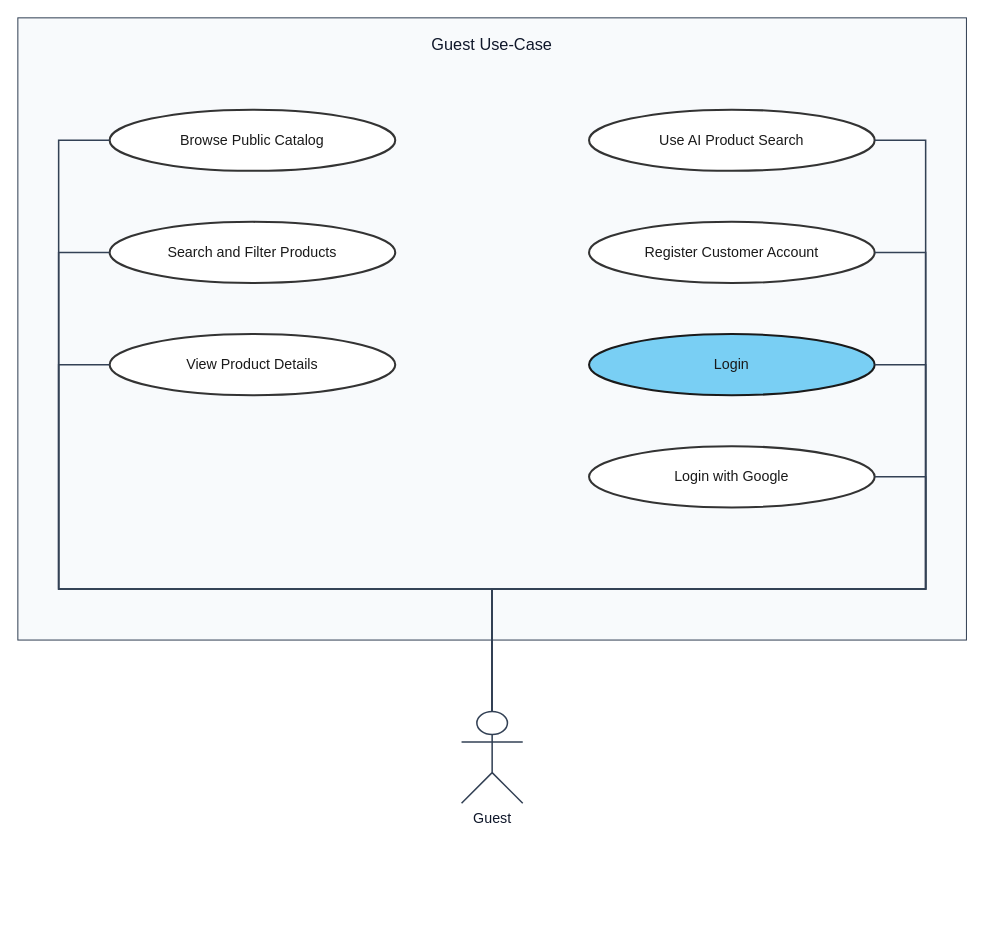
This is usecase-diagram/guest-usecases.drawio from e-commercial-marketplace/commerce-platform-docs, a draw.io file, before an edit. Source tidied: cells renumbered, new cells numbered last; positions are measured from the earlier drawing's top-left corner, leaving out a move shared by most shapes. Both pictures are drawn from the tidied source at 102%, with x=0, y=0 at pixel (17, 17).
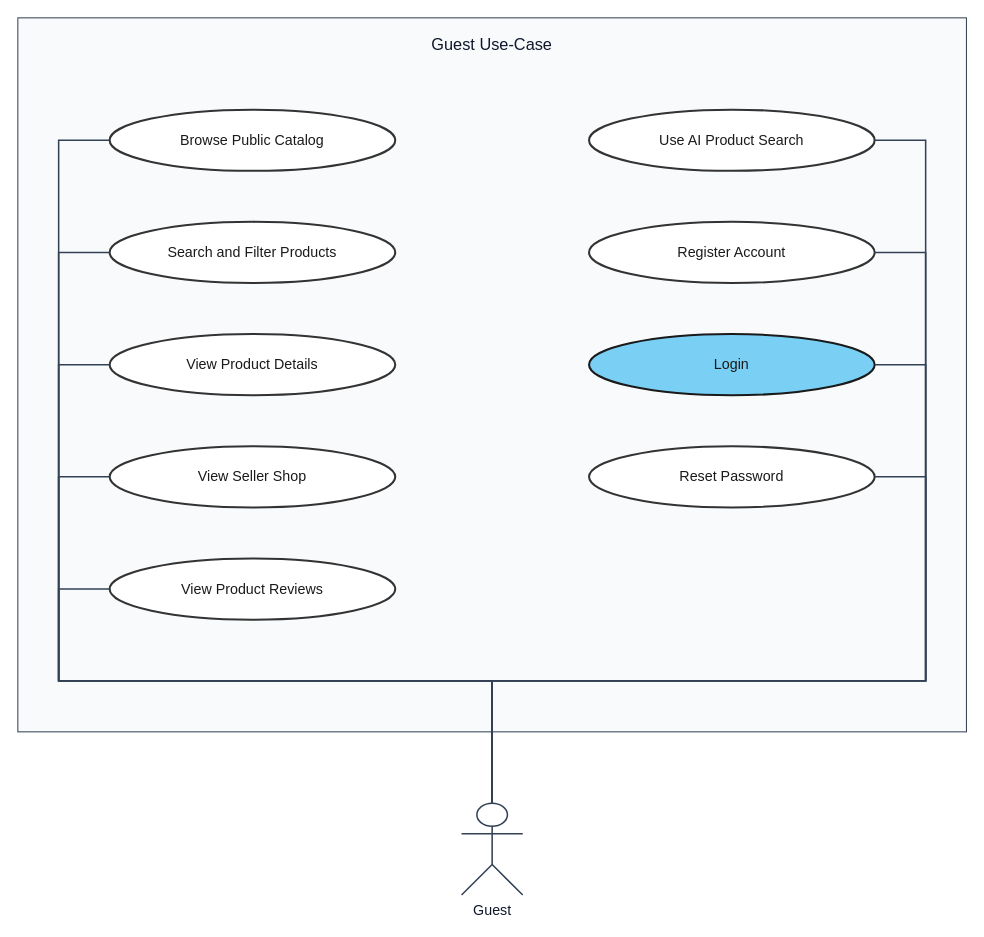
The same diagram, later.

Unchanged cells that the change refers to:
```xml
<mxCell id="3" value="Browse Public Catalog" style="ellipse;whiteSpace=wrap;html=1;align=center;verticalAlign=middle;fillColor=#ffffff;strokeColor=#333333;strokeWidth=2;fontColor=#1A1A1A;fontSize=14;fontStyle=0;" parent="1" vertex="1">
  <mxGeometry x="90" y="90" width="280" height="60" as="geometry" />
</mxCell>
<mxCell id="4" value="Search and Filter Products" style="ellipse;whiteSpace=wrap;html=1;align=center;verticalAlign=middle;fillColor=#ffffff;strokeColor=#333333;strokeWidth=2;fontColor=#1A1A1A;fontSize=14;fontStyle=0;" parent="1" vertex="1">
  <mxGeometry x="90" y="200" width="280" height="60" as="geometry" />
</mxCell>
<mxCell id="5" value="View Product Details" style="ellipse;whiteSpace=wrap;html=1;align=center;verticalAlign=middle;fillColor=#ffffff;strokeColor=#333333;strokeWidth=2;fontColor=#1A1A1A;fontSize=14;fontStyle=0;" parent="1" vertex="1">
  <mxGeometry x="90" y="310" width="280" height="60" as="geometry" />
</mxCell>
<mxCell id="6" value="Use AI Product Search" style="ellipse;whiteSpace=wrap;html=1;align=center;verticalAlign=middle;fillColor=#ffffff;strokeColor=#333333;strokeWidth=2;fontColor=#1A1A1A;fontSize=14;fontStyle=0;" parent="1" vertex="1">
  <mxGeometry x="560" y="90" width="280" height="60" as="geometry" />
</mxCell>
<mxCell id="8" value="Login" style="ellipse;whiteSpace=wrap;html=1;align=center;verticalAlign=middle;fillColor=#79CFF4;strokeColor=#1A1A1A;strokeWidth=2;fontColor=#1A1A1A;fontSize=14;fontStyle=0;" parent="1" vertex="1">
  <mxGeometry x="560" y="310" width="280" height="60" as="geometry" />
</mxCell>
```

The edit, as a diff of the source:
```diff
@@
     <mxCell id="2" value="Guest Use-Case" style="rounded=0;whiteSpace=wrap;html=1;verticalAlign=top;align=center;spacingTop=10;fontSize=16;fontStyle=0;fontColor=#0f172a;fillColor=#f8fafc;strokeColor=#334155;strokeWidth=1;" parent="1" vertex="1">
-      <mxGeometry width="930" height="610" as="geometry" />
+      <mxGeometry width="930" height="700" as="geometry" />
     </mxCell>
@@
-    <mxCell id="7" value="Register Customer Account" style="ellipse;whiteSpace=wrap;html=1;align=center;verticalAlign=middle;fillColor=#ffffff;strokeColor=#333333;strokeWidth=2;fontColor=#1A1A1A;fontSize=14;fontStyle=0;" parent="1" vertex="1">
+    <mxCell id="7" value="Register Account" style="ellipse;whiteSpace=wrap;html=1;align=center;verticalAlign=middle;fillColor=#ffffff;strokeColor=#333333;strokeWidth=2;fontColor=#1A1A1A;fontSize=14;fontStyle=0;" parent="1" vertex="1">
       <mxGeometry x="560" y="200" width="280" height="60" as="geometry" />
     </mxCell>
@@
-    <mxCell id="9" value="Login with Google" style="ellipse;whiteSpace=wrap;html=1;align=center;verticalAlign=middle;fillColor=#ffffff;strokeColor=#333333;strokeWidth=2;fontColor=#1A1A1A;fontSize=14;fontStyle=0;" parent="1" vertex="1">
-      <mxGeometry x="560" y="420" width="280" height="60" as="geometry" />
-    </mxCell>
+    <mxCell id="18" value="Reset Password" style="ellipse;whiteSpace=wrap;html=1;align=center;verticalAlign=middle;fillColor=#ffffff;strokeColor=#333333;strokeWidth=2;fontColor=#1A1A1A;fontSize=14;fontStyle=0;" parent="1" vertex="1">
+      <mxGeometry x="560" y="420" width="280" height="60" as="geometry" />
+    </mxCell>
+    <mxCell id="19" value="View Seller Shop" style="ellipse;whiteSpace=wrap;html=1;align=center;verticalAlign=middle;fillColor=#ffffff;strokeColor=#333333;strokeWidth=2;fontColor=#1A1A1A;fontSize=14;fontStyle=0;" parent="1" vertex="1">
+      <mxGeometry x="90" y="420" width="280" height="60" as="geometry" />
+    </mxCell>
+    <mxCell id="20" value="View Product Reviews" style="ellipse;whiteSpace=wrap;html=1;align=center;verticalAlign=middle;fillColor=#ffffff;strokeColor=#333333;strokeWidth=2;fontColor=#1A1A1A;fontSize=14;fontStyle=0;" parent="1" vertex="1">
+      <mxGeometry x="90" y="530" width="280" height="60" as="geometry" />
+    </mxCell>
     <mxCell id="10" value="Guest" style="shape=umlActor;verticalLabelPosition=bottom;verticalAlign=top;html=1;outlineConnect=0;fillColor=#ffffff;strokeColor=#334155;strokeWidth=1.5;fontColor=#0f172a;fontSize=14;fontStyle=0;" parent="1" vertex="1">
-      <mxGeometry x="435" y="680" width="60" height="90" as="geometry" />
+      <mxGeometry x="435" y="770" width="60" height="90" as="geometry" />
     </mxCell>
     <mxCell id="11" style="endArrow=none;html=1;rounded=0;strokeColor=#334155;strokeWidth=1.5;exitX=0.5;exitY=0;exitDx=0;exitDy=0;exitPerimeter=0;entryX=0;entryY=0.5;entryDx=0;entryDy=0;entryPerimeter=0;" parent="1" edge="1" source="10" target="3">
       <mxGeometry relative="1" as="geometry">
         <Array as="points">
-          <mxPoint x="465" y="560" />
-          <mxPoint x="40" y="560" />
+          <mxPoint x="465" y="650" />
+          <mxPoint x="40" y="650" />
           <mxPoint x="40" y="120" />
         </Array>
         <mxPoint y="-11" as="offset" />
       </mxGeometry>
     </mxCell>
     <mxCell id="12" style="endArrow=none;html=1;rounded=0;strokeColor=#334155;strokeWidth=1.5;exitX=0.5;exitY=0;exitDx=0;exitDy=0;exitPerimeter=0;entryX=0;entryY=0.5;entryDx=0;entryDy=0;entryPerimeter=0;" parent="1" edge="1" source="10" target="4">
       <mxGeometry relative="1" as="geometry">
         <Array as="points">
-          <mxPoint x="465" y="560" />
-          <mxPoint x="40" y="560" />
+          <mxPoint x="465" y="650" />
+          <mxPoint x="40" y="650" />
           <mxPoint x="40" y="230" />
         </Array>
         <mxPoint y="-11" as="offset" />
       </mxGeometry>
     </mxCell>
     <mxCell id="13" style="endArrow=none;html=1;rounded=0;strokeColor=#334155;strokeWidth=1.5;exitX=0.5;exitY=0;exitDx=0;exitDy=0;exitPerimeter=0;entryX=0;entryY=0.5;entryDx=0;entryDy=0;entryPerimeter=0;" parent="1" edge="1" source="10" target="5">
       <mxGeometry relative="1" as="geometry">
         <Array as="points">
-          <mxPoint x="465" y="560" />
-          <mxPoint x="40" y="560" />
+          <mxPoint x="465" y="650" />
+          <mxPoint x="40" y="650" />
           <mxPoint x="40" y="340" />
         </Array>
         <mxPoint y="-11" as="offset" />
       </mxGeometry>
     </mxCell>
     <mxCell id="14" style="endArrow=none;html=1;rounded=0;strokeColor=#334155;strokeWidth=1.5;exitX=0.5;exitY=0;exitDx=0;exitDy=0;exitPerimeter=0;entryX=1;entryY=0.5;entryDx=0;entryDy=0;entryPerimeter=0;" parent="1" edge="1" source="10" target="6">
       <mxGeometry relative="1" as="geometry">
         <Array as="points">
-          <mxPoint x="465" y="560" />
-          <mxPoint x="890" y="560" />
+          <mxPoint x="465" y="650" />
+          <mxPoint x="890" y="650" />
           <mxPoint x="890" y="120" />
         </Array>
         <mxPoint y="-11" as="offset" />
       </mxGeometry>
     </mxCell>
     <mxCell id="15" style="endArrow=none;html=1;rounded=0;strokeColor=#334155;strokeWidth=1.5;exitX=0.5;exitY=0;exitDx=0;exitDy=0;exitPerimeter=0;entryX=1;entryY=0.5;entryDx=0;entryDy=0;entryPerimeter=0;" parent="1" edge="1" source="10" target="7">
       <mxGeometry relative="1" as="geometry">
         <Array as="points">
-          <mxPoint x="465" y="560" />
-          <mxPoint x="890" y="560" />
+          <mxPoint x="465" y="650" />
+          <mxPoint x="890" y="650" />
           <mxPoint x="890" y="230" />
         </Array>
         <mxPoint y="-11" as="offset" />
       </mxGeometry>
     </mxCell>
     <mxCell id="16" style="endArrow=none;html=1;rounded=0;strokeColor=#334155;strokeWidth=1.5;exitX=0.5;exitY=0;exitDx=0;exitDy=0;exitPerimeter=0;entryX=1;entryY=0.5;entryDx=0;entryDy=0;entryPerimeter=0;" parent="1" edge="1" source="10" target="8">
       <mxGeometry relative="1" as="geometry">
         <Array as="points">
-          <mxPoint x="465" y="560" />
-          <mxPoint x="890" y="560" />
+          <mxPoint x="465" y="650" />
+          <mxPoint x="890" y="650" />
           <mxPoint x="890" y="340" />
         </Array>
         <mxPoint y="-11" as="offset" />
       </mxGeometry>
     </mxCell>
-    <mxCell id="17" style="endArrow=none;html=1;rounded=0;strokeColor=#334155;strokeWidth=1.5;exitX=0.5;exitY=0;exitDx=0;exitDy=0;exitPerimeter=0;entryX=1;entryY=0.5;entryDx=0;entryDy=0;entryPerimeter=0;" parent="1" edge="1" source="10" target="9">
+    <mxCell id="17" style="endArrow=none;html=1;rounded=0;strokeColor=#334155;strokeWidth=1.5;exitX=0.5;exitY=0;exitDx=0;exitDy=0;exitPerimeter=0;entryX=1;entryY=0.5;entryDx=0;entryDy=0;entryPerimeter=0;" parent="1" edge="1" source="10" target="18">
       <mxGeometry relative="1" as="geometry">
         <Array as="points">
-          <mxPoint x="465" y="560" />
-          <mxPoint x="890" y="560" />
+          <mxPoint x="465" y="650" />
+          <mxPoint x="890" y="650" />
           <mxPoint x="890" y="450" />
         </Array>
         <mxPoint y="-11" as="offset" />
       </mxGeometry>
     </mxCell>
+    <mxCell id="21" style="endArrow=none;html=1;rounded=0;strokeColor=#334155;strokeWidth=1.5;exitX=0.5;exitY=0;exitDx=0;exitDy=0;exitPerimeter=0;entryX=0;entryY=0.5;entryDx=0;entryDy=0;entryPerimeter=0;" parent="1" edge="1" source="10" target="19">
+      <mxGeometry relative="1" as="geometry">
+        <Array as="points">
+          <mxPoint x="465" y="650" />
+          <mxPoint x="40" y="650" />
+          <mxPoint x="40" y="450" />
+        </Array>
+        <mxPoint y="-11" as="offset" />
+      </mxGeometry>
+    </mxCell>
+    <mxCell id="22" style="endArrow=none;html=1;rounded=0;strokeColor=#334155;strokeWidth=1.5;exitX=0.5;exitY=0;exitDx=0;exitDy=0;exitPerimeter=0;entryX=0;entryY=0.5;entryDx=0;entryDy=0;entryPerimeter=0;" parent="1" edge="1" source="10" target="20">
+      <mxGeometry relative="1" as="geometry">
+        <Array as="points">
+          <mxPoint x="465" y="650" />
+          <mxPoint x="40" y="650" />
+          <mxPoint x="40" y="560" />
+        </Array>
+        <mxPoint y="-11" as="offset" />
+      </mxGeometry>
+    </mxCell>
```
